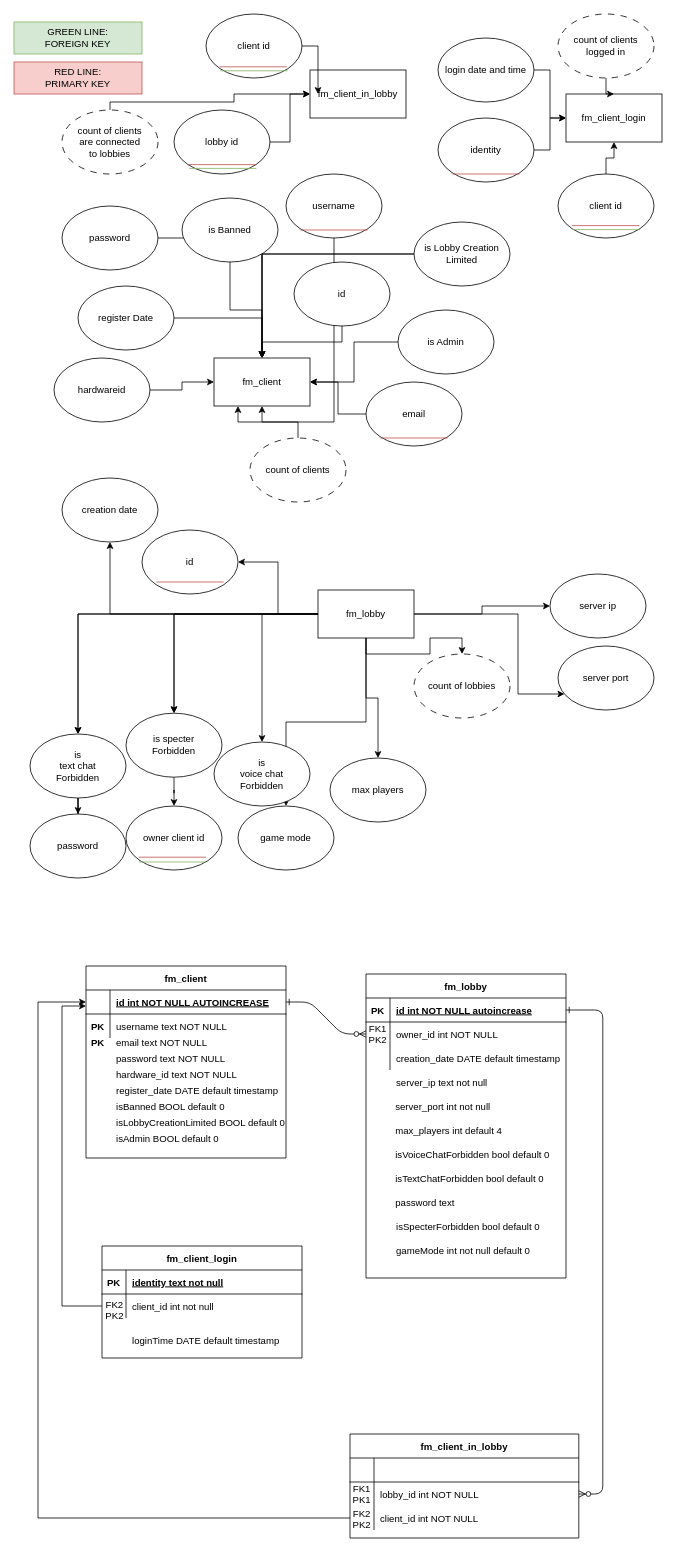
Above: docs/database/server/server-database.drawio in turnaduw/fluffyMultiplayer (draw.io), before the change. Source tidied: cells renumbered, new cells numbered last; positions are measured from the earlier drawing's top-left corner, leaving out a move shared by most shapes. Both pictures are drawn from the tidied source at 80%, with x=0, y=0 at pixel (14, 14).
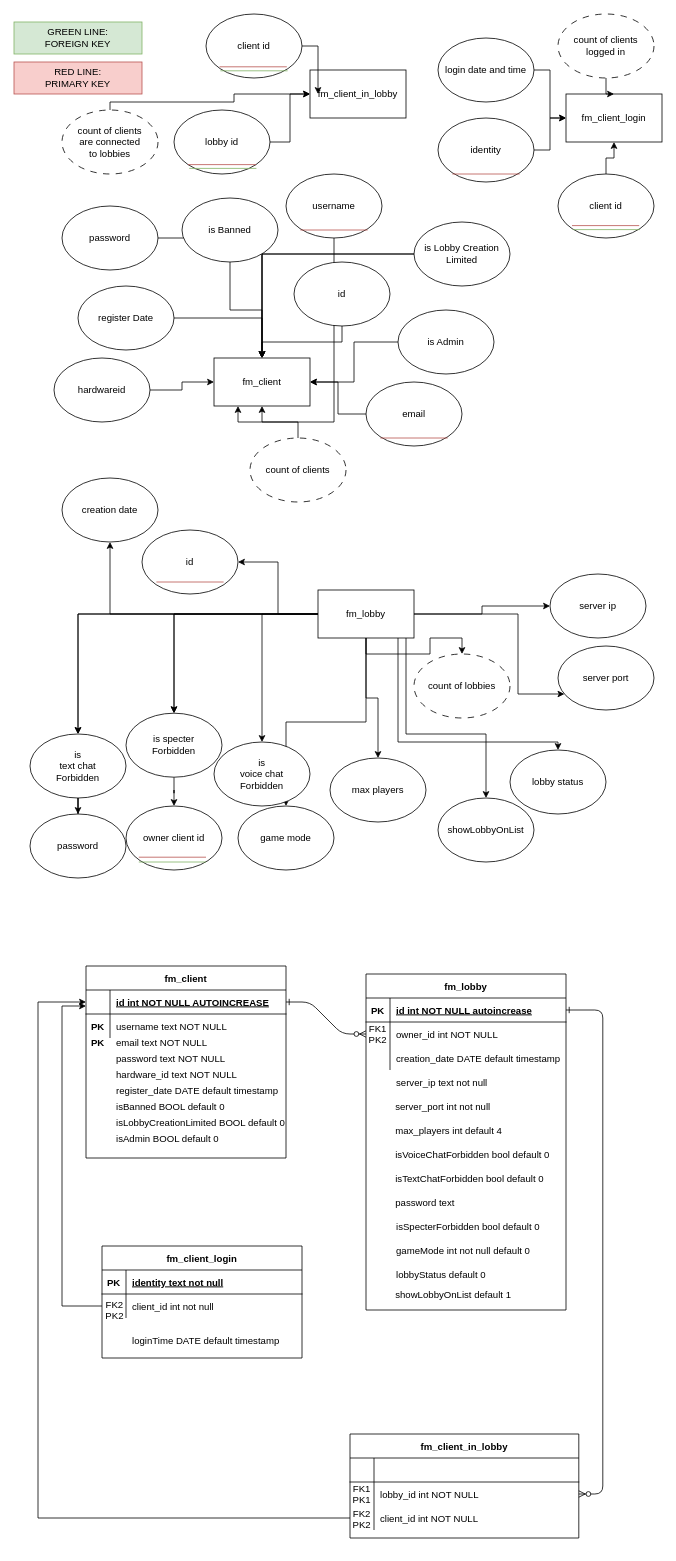
The same page after the edit.

Commit message (it also covers changes not shown here):
database: table fm_lobby updated.

The change refers to these unchanged cells:
```xml
<mxCell id="28" value="fm_lobby" style="rounded=0;whiteSpace=wrap;html=1;" parent="1" vertex="1">
  <mxGeometry x="380" y="720" width="120" height="60" as="geometry" />
</mxCell>
```

The edit, as a diff of the source:
```diff
@@
+    <mxCell id="138" style="edgeStyle=orthogonalEdgeStyle;rounded=0;jettySize=auto;html=1;" parent="1" edge="1" source="28" target="141">
+      <mxGeometry relative="1" as="geometry">
+        <Array as="points">
+          <mxPoint x="490" y="900" />
+          <mxPoint x="590" y="900" />
+        </Array>
+      </mxGeometry>
+    </mxCell>
+    <mxCell id="139" style="edgeStyle=orthogonalEdgeStyle;rounded=0;jettySize=auto;html=1;" parent="1" edge="1" source="28" target="140">
+      <mxGeometry relative="1" as="geometry">
+        <Array as="points">
+          <mxPoint x="480" y="910" />
+          <mxPoint x="680" y="910" />
+        </Array>
+      </mxGeometry>
+    </mxCell>
@@
     <mxCell id="75" value="fm_lobby" style="shape=table;startSize=30;childLayout=tableLayout;rowLines=0;fontStyle=1;align=center;" parent="1" vertex="1">
-      <mxGeometry x="440" y="1200" width="250" height="380" as="geometry" />
+      <mxGeometry x="440" y="1200" width="250" height="420" as="geometry" />
     </mxCell>
@@
+    <mxCell id="140" value="lobby status" style="ellipse;whiteSpace=wrap;html=1;" parent="1" vertex="1">
+      <mxGeometry x="620" y="920" width="120" height="80" as="geometry" />
+    </mxCell>
+    <mxCell id="141" value="showLobbyOnList" style="ellipse;whiteSpace=wrap;html=1;" parent="1" vertex="1">
+      <mxGeometry x="530" y="980" width="120" height="80" as="geometry" />
+    </mxCell>
+    <mxCell id="142" value="lobbyStatus default 0" style="shape=partialRectangle;overflow=hidden;fillColor=none;top=0;left=0;bottom=0;right=0;align=left;spacingLeft=6;" parent="1" vertex="1">
+      <mxGeometry x="470" y="1560" width="220" height="30" as="geometry" />
+    </mxCell>
+    <mxCell id="143" value="showLobbyOnList default 1" style="shape=partialRectangle;overflow=hidden;fillColor=none;top=0;left=0;bottom=0;right=0;align=left;spacingLeft=6;" parent="1" vertex="1">
+      <mxGeometry x="469" y="1585" width="220" height="30" as="geometry" />
+    </mxCell>
```
